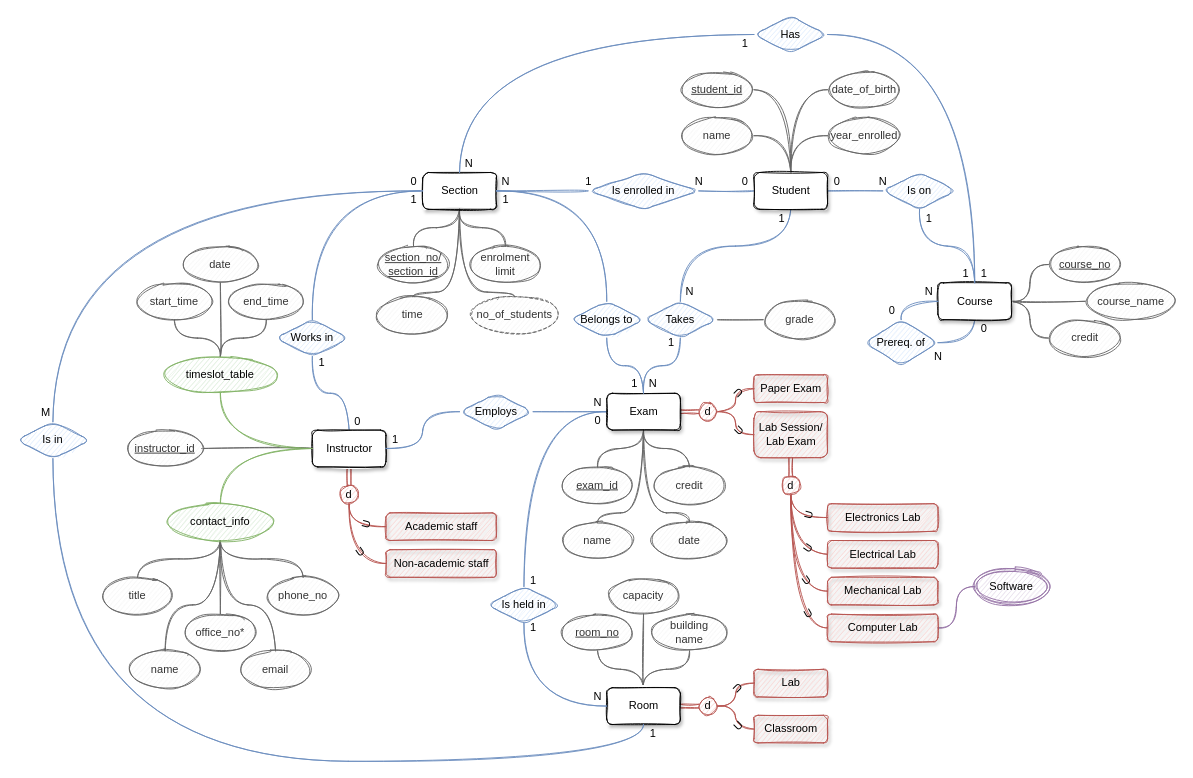
Above: page "Problem 1" (1 of 5) of Assignment/Data Management Assignment Drawings.drawio in JordanWelsman/BU_DataManagement (draw.io), before the change. Source tidied: cells renumbered, new cells numbered last; positions are measured from the earlier drawing's top-left corner, leaving out a move shared by most shapes. Both pictures are drawn from the tidied source at 92%, with x=0, y=0 at pixel (16, 16).
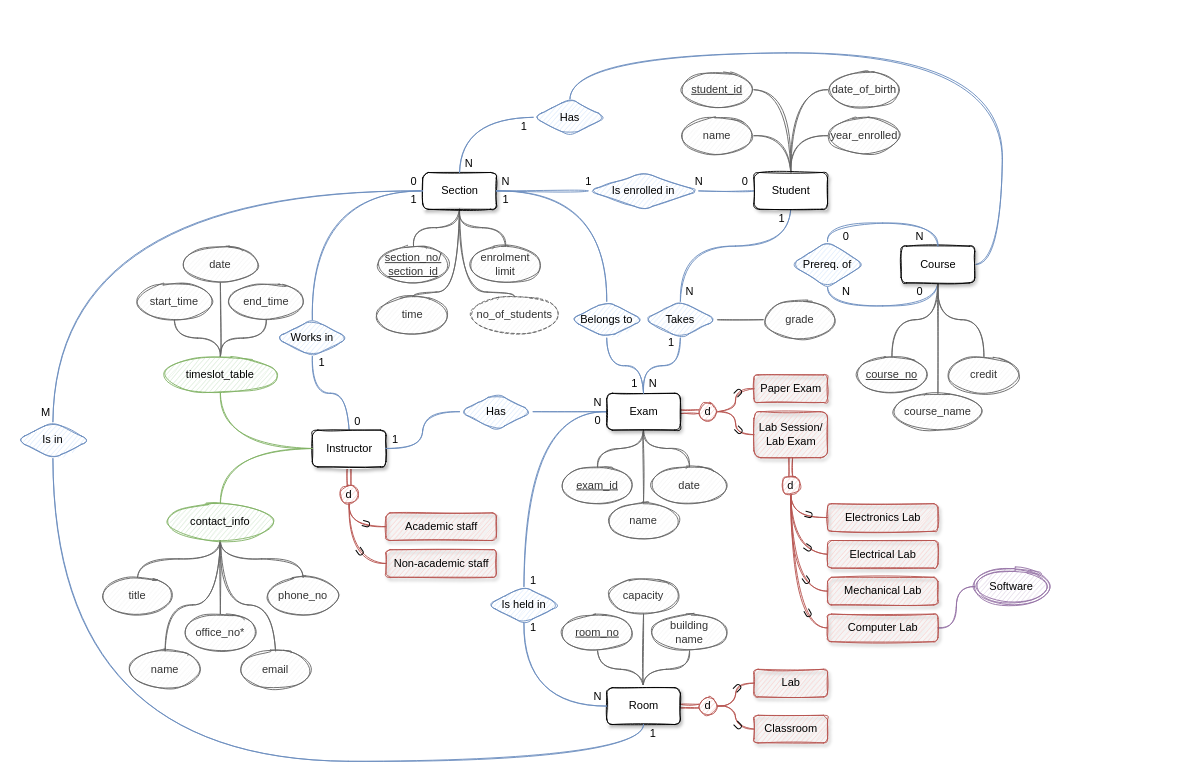
Above is the later version.

Unchanged cells that the change refers to:
```xml
<mxCell id="6" value="&lt;div&gt;Instructor&lt;/div&gt;" style="html=1;glass=0;shadow=1;rounded=1;sketch=1;" parent="1" vertex="1">
  <mxGeometry x="322" y="450" width="80" height="40" as="geometry" />
</mxCell>
<mxCell id="21" value="Exam" style="html=1;glass=0;shadow=1;rounded=1;sketch=1;" parent="1" vertex="1">
  <mxGeometry x="642" y="410" width="80" height="40" as="geometry" />
</mxCell>
<mxCell id="34" value="Student" style="html=1;glass=0;shadow=1;rounded=1;sketch=1;" parent="1" vertex="1">
  <mxGeometry x="802" y="170" width="80" height="40" as="geometry" />
</mxCell>
```

The edit, as a diff of the source:
```diff
@@
-    <mxCell id="5" style="edgeStyle=orthogonalEdgeStyle;rounded=1;jettySize=auto;html=1;entryX=1;entryY=0.5;entryDx=0;entryDy=0;endArrow=none;endFill=0;elbow=vertical;fillColor=#f5f5f5;strokeColor=#666666;curved=1;sketch=1;" parent="1" edge="1" source="6" target="141">
-      <mxGeometry relative="1" as="geometry" />
-    </mxCell>
@@
-    <mxCell id="17" style="edgeStyle=orthogonalEdgeStyle;rounded=1;jettySize=auto;html=1;entryX=0.5;entryY=0;entryDx=0;entryDy=0;endArrow=none;endFill=0;fillColor=#f5f5f5;strokeColor=#666666;curved=1;sketch=1;" parent="1" edge="1" source="21" target="83">
-      <mxGeometry relative="1" as="geometry" />
-    </mxCell>
     <mxCell id="18" style="edgeStyle=orthogonalEdgeStyle;rounded=1;jettySize=auto;html=1;entryX=0.5;entryY=0;entryDx=0;entryDy=0;endArrow=none;endFill=0;fillColor=#f5f5f5;strokeColor=#666666;curved=1;sketch=1;" parent="1" edge="1" source="21" target="82">
-      <mxGeometry relative="1" as="geometry">
-        <Array as="points">
-          <mxPoint x="682" y="540" />
-          <mxPoint x="632" y="540" />
-        </Array>
-      </mxGeometry>
+      <mxGeometry relative="1" as="geometry" />
     </mxCell>
-    <mxCell id="19" style="edgeStyle=orthogonalEdgeStyle;rounded=1;jettySize=auto;html=1;entryX=0.5;entryY=0;entryDx=0;entryDy=0;endArrow=none;endFill=0;elbow=vertical;fillColor=#f5f5f5;strokeColor=#666666;curved=1;sketch=1;" parent="1" edge="1" source="21" target="111">
+    <mxCell id="19" style="edgeStyle=orthogonalEdgeStyle;rounded=1;jettySize=auto;html=1;entryX=0.5;entryY=0;entryDx=0;entryDy=0;endArrow=none;endFill=0;elbow=vertical;fillColor=#f5f5f5;strokeColor=#666666;curved=1;sketch=1;" parent="1" edge="1" source="21">
       <mxGeometry relative="1" as="geometry">
+        <mxPoint x="732" y="490" as="targetPoint" />
         <Array as="points">
-          <mxPoint x="682" y="540" />
-          <mxPoint x="732" y="540" />
+          <mxPoint x="682" y="470" />
+          <mxPoint x="732" y="470" />
+          <mxPoint x="732" y="490" />
         </Array>
       </mxGeometry>
     </mxCell>
@@
-    <mxCell id="29" style="edgeStyle=orthogonalEdgeStyle;jettySize=auto;html=1;entryX=0;entryY=0.5;entryDx=0;entryDy=0;endArrow=none;endFill=0;fillColor=#dae8fc;strokeColor=#6c8ebf;exitX=1;exitY=0.5;exitDx=0;exitDy=0;curved=1;sketch=1;" parent="1" edge="1" source="34" target="58">
-      <mxGeometry relative="1" as="geometry" />
-    </mxCell>
@@
-    <mxCell id="38" style="edgeStyle=orthogonalEdgeStyle;jettySize=auto;html=1;entryX=1;entryY=0.5;entryDx=0;entryDy=0;exitX=0.5;exitY=1;exitDx=0;exitDy=0;endArrow=none;endFill=0;fillColor=#dae8fc;strokeColor=#6c8ebf;curved=1;sketch=1;" parent="1" edge="1" source="43" target="45">
+    <mxCell id="38" style="edgeStyle=orthogonalEdgeStyle;jettySize=auto;html=1;entryX=0.5;entryY=1;entryDx=0;entryDy=0;exitX=0.5;exitY=1;exitDx=0;exitDy=0;endArrow=none;endFill=0;fillColor=#dae8fc;strokeColor=#6c8ebf;curved=1;sketch=1;" parent="1" edge="1" source="43" target="45">
       <mxGeometry relative="1" as="geometry" />
     </mxCell>
-    <mxCell id="39" style="edgeStyle=orthogonalEdgeStyle;rounded=1;jettySize=auto;html=1;entryX=0;entryY=0.5;entryDx=0;entryDy=0;endArrow=none;endFill=0;fillColor=#f5f5f5;strokeColor=#666666;curved=1;sketch=1;" parent="1" edge="1" source="43" target="78">
-      <mxGeometry relative="1" as="geometry" />
+    <mxCell id="39" style="edgeStyle=orthogonalEdgeStyle;rounded=1;jettySize=auto;html=1;entryX=0.5;entryY=0;entryDx=0;entryDy=0;endArrow=none;endFill=0;fillColor=#f5f5f5;strokeColor=#666666;curved=1;sketch=1;" parent="1" edge="1" source="43" target="78">
+      <mxGeometry relative="1" as="geometry">
+        <Array as="points">
+          <mxPoint x="1002" y="330" />
+          <mxPoint x="952" y="330" />
+        </Array>
+      </mxGeometry>
     </mxCell>
-    <mxCell id="40" style="edgeStyle=orthogonalEdgeStyle;rounded=1;jettySize=auto;html=1;entryX=0;entryY=0.5;entryDx=0;entryDy=0;endArrow=none;endFill=0;fillColor=#f5f5f5;strokeColor=#666666;curved=1;sketch=1;" parent="1" edge="1" source="43" target="80">
-      <mxGeometry relative="1" as="geometry" />
+    <mxCell id="40" style="edgeStyle=orthogonalEdgeStyle;rounded=1;jettySize=auto;html=1;endArrow=none;endFill=0;fillColor=#f5f5f5;strokeColor=#666666;curved=1;sketch=1;entryX=0.5;entryY=0;entryDx=0;entryDy=0;" parent="1" edge="1" source="43" target="80">
+      <mxGeometry relative="1" as="geometry">
+        <Array as="points">
+          <mxPoint x="1002" y="330" />
+          <mxPoint x="1052" y="330" />
+        </Array>
+      </mxGeometry>
     </mxCell>
-    <mxCell id="41" style="edgeStyle=orthogonalEdgeStyle;rounded=1;jettySize=auto;html=1;entryX=0;entryY=0.5;entryDx=0;entryDy=0;endArrow=none;endFill=0;fillColor=#f5f5f5;strokeColor=#666666;curved=1;sketch=1;" parent="1" edge="1" source="43" target="79">
+    <mxCell id="41" style="edgeStyle=orthogonalEdgeStyle;rounded=1;jettySize=auto;html=1;entryX=0.5;entryY=0;entryDx=0;entryDy=0;endArrow=none;endFill=0;fillColor=#f5f5f5;strokeColor=#666666;curved=1;sketch=1;" parent="1" edge="1" source="43" target="79">
       <mxGeometry relative="1" as="geometry" />
     </mxCell>
-    <mxCell id="42" style="edgeStyle=orthogonalEdgeStyle;rounded=0;jettySize=auto;html=1;entryX=1;entryY=0.5;entryDx=0;entryDy=0;endArrow=none;endFill=0;exitX=0.5;exitY=0;exitDx=0;exitDy=0;fillColor=#dae8fc;strokeColor=#6c8ebf;curved=1;sketch=1;" parent="1" edge="1" source="43" target="161">
-      <mxGeometry relative="1" as="geometry" />
+    <mxCell id="42" style="edgeStyle=orthogonalEdgeStyle;rounded=0;jettySize=auto;html=1;entryX=0.5;entryY=0;entryDx=0;entryDy=0;endArrow=none;endFill=0;exitX=1;exitY=0.5;exitDx=0;exitDy=0;fillColor=#dae8fc;strokeColor=#6c8ebf;curved=1;sketch=1;" parent="1" edge="1" source="43" target="161">
+      <mxGeometry relative="1" as="geometry">
+        <Array as="points">
+          <mxPoint x="1072" y="270" />
+          <mxPoint x="1072" y="40" />
+          <mxPoint x="602" y="40" />
+        </Array>
+      </mxGeometry>
     </mxCell>
     <mxCell id="43" value="Course" style="html=1;glass=0;shadow=1;rounded=1;sketch=1;" parent="1" vertex="1">
-      <mxGeometry x="1002" y="290" width="80" height="40" as="geometry" />
+      <mxGeometry x="962" y="250" width="80" height="40" as="geometry" />
     </mxCell>
-    <mxCell id="44" style="edgeStyle=orthogonalEdgeStyle;jettySize=auto;html=1;entryX=0;entryY=0.5;entryDx=0;entryDy=0;exitX=0.5;exitY=0;exitDx=0;exitDy=0;endArrow=none;endFill=0;fillColor=#dae8fc;strokeColor=#6c8ebf;curved=1;sketch=1;" parent="1" edge="1" source="45" target="43">
+    <mxCell id="44" style="edgeStyle=orthogonalEdgeStyle;jettySize=auto;html=1;entryX=0.5;entryY=0;entryDx=0;entryDy=0;exitX=0.5;exitY=0;exitDx=0;exitDy=0;endArrow=none;endFill=0;fillColor=#dae8fc;strokeColor=#6c8ebf;curved=1;sketch=1;" parent="1" edge="1" source="45" target="43">
       <mxGeometry relative="1" as="geometry" />
     </mxCell>
     <mxCell id="45" value="&lt;div&gt;Prereq. of&lt;/div&gt;" style="shape=rhombus;perimeter=rhombusPerimeter;whiteSpace=wrap;html=1;align=center;shadow=0;glass=0;rounded=1;fillColor=#dae8fc;strokeColor=#6c8ebf;fillStyle=auto;sketch=1;" parent="1" vertex="1">
-      <mxGeometry x="922" y="330" width="80" height="50" as="geometry" />
+      <mxGeometry x="842" y="245" width="80" height="50" as="geometry" />
     </mxCell>
@@
-    <mxCell id="49" value="Employs" style="shape=rhombus;perimeter=rhombusPerimeter;whiteSpace=wrap;html=1;align=center;shadow=0;glass=0;rounded=1;fillColor=#dae8fc;strokeColor=#6c8ebf;sketch=1;" parent="1" vertex="1">
+    <mxCell id="49" value="Has" style="shape=rhombus;perimeter=rhombusPerimeter;whiteSpace=wrap;html=1;align=center;shadow=0;glass=0;rounded=1;fillColor=#dae8fc;strokeColor=#6c8ebf;sketch=1;" parent="1" vertex="1">
       <mxGeometry x="482" y="410" width="80" height="40" as="geometry" />
     </mxCell>
@@
-    <mxCell id="57" style="edgeStyle=orthogonalEdgeStyle;jettySize=auto;html=1;entryX=0.5;entryY=0;entryDx=0;entryDy=0;endArrow=none;endFill=0;fillColor=#dae8fc;strokeColor=#6c8ebf;exitX=0.5;exitY=1;exitDx=0;exitDy=0;curved=1;sketch=1;" parent="1" edge="1" source="58" target="43">
-      <mxGeometry relative="1" as="geometry" />
-    </mxCell>
-    <mxCell id="58" value="Is on" style="shape=rhombus;perimeter=rhombusPerimeter;whiteSpace=wrap;html=1;align=center;shadow=0;glass=0;rounded=1;fillColor=#dae8fc;strokeColor=#6c8ebf;sketch=1;" parent="1" vertex="1">
-      <mxGeometry x="942" y="170" width="80" height="40" as="geometry" />
-    </mxCell>
@@
     <mxCell id="78" value="&lt;u&gt;course_no&lt;/u&gt;" style="ellipse;whiteSpace=wrap;html=1;align=center;rounded=1;shadow=0;glass=0;fillColor=#f5f5f5;fontColor=#333333;strokeColor=#666666;sketch=1;" parent="1" vertex="1">
-      <mxGeometry x="1122" y="250" width="80" height="40" as="geometry" />
+      <mxGeometry x="912" y="370" width="80" height="40" as="geometry" />
     </mxCell>
     <mxCell id="79" value="course_name" style="ellipse;whiteSpace=wrap;html=1;align=center;rounded=1;shadow=0;glass=0;fillColor=#f5f5f5;fontColor=#333333;strokeColor=#666666;sketch=1;" parent="1" vertex="1">
-      <mxGeometry x="1162" y="290" width="100" height="40" as="geometry" />
+      <mxGeometry x="952" y="410" width="100" height="40" as="geometry" />
     </mxCell>
     <mxCell id="80" value="credit" style="ellipse;whiteSpace=wrap;html=1;align=center;rounded=1;shadow=0;glass=0;fillColor=#f5f5f5;fontColor=#333333;strokeColor=#666666;sketch=1;" parent="1" vertex="1">
-      <mxGeometry x="1122" y="330" width="80" height="40" as="geometry" />
+      <mxGeometry x="1012" y="370" width="80" height="40" as="geometry" />
     </mxCell>
@@
     <mxCell id="82" value="name" style="ellipse;whiteSpace=wrap;html=1;align=center;rounded=1;shadow=0;glass=0;fillColor=#f5f5f5;fontColor=#333333;strokeColor=#666666;sketch=1;" parent="1" vertex="1">
-      <mxGeometry x="592" y="550" width="80" height="40" as="geometry" />
+      <mxGeometry x="642" y="529" width="80" height="40" as="geometry" />
     </mxCell>
-    <mxCell id="83" value="credit" style="ellipse;whiteSpace=wrap;html=1;align=center;rounded=1;shadow=0;glass=0;fillColor=#f5f5f5;fontColor=#333333;strokeColor=#666666;sketch=1;" parent="1" vertex="1">
-      <mxGeometry x="692" y="490" width="80" height="40" as="geometry" />
-    </mxCell>
@@
-    <mxCell id="111" value="date" style="ellipse;whiteSpace=wrap;html=1;align=center;rounded=1;shadow=0;glass=0;fillColor=#f5f5f5;fontColor=#333333;strokeColor=#666666;sketch=1;" parent="1" vertex="1">
-      <mxGeometry x="692" y="550" width="80" height="40" as="geometry" />
-    </mxCell>
@@
-    <mxCell id="137" value="N" style="text;html=1;align=center;verticalAlign=middle;strokeColor=none;fillColor=none;sketch=1;" parent="1" vertex="1">
-      <mxGeometry x="932" y="170" width="20" height="20" as="geometry" />
-    </mxCell>
-    <mxCell id="138" value="1" style="text;html=1;align=center;verticalAlign=middle;strokeColor=none;fillColor=none;sketch=1;" parent="1" vertex="1">
-      <mxGeometry x="1022" y="270" width="20" height="20" as="geometry" />
-    </mxCell>
     <mxCell id="139" value="0" style="text;html=1;align=center;verticalAlign=middle;strokeColor=none;fillColor=none;sketch=1;" parent="1" vertex="1">
-      <mxGeometry x="1042" y="330" width="20" height="20" as="geometry" />
+      <mxGeometry x="972" y="290" width="20" height="20" as="geometry" />
     </mxCell>
     <mxCell id="140" value="N" style="text;html=1;align=center;verticalAlign=middle;strokeColor=none;fillColor=none;sketch=1;" parent="1" vertex="1">
-      <mxGeometry x="982" y="290" width="20" height="20" as="geometry" />
+      <mxGeometry x="972" y="230" width="20" height="20" as="geometry" />
     </mxCell>
-    <mxCell id="141" value="&lt;u&gt;instructor_id&lt;/u&gt;" style="ellipse;whiteSpace=wrap;html=1;align=center;rounded=1;shadow=0;glass=0;fillColor=#f5f5f5;fontColor=#333333;strokeColor=#666666;sketch=1;" parent="1" vertex="1">
-      <mxGeometry x="122" y="450" width="80" height="40" as="geometry" />
-    </mxCell>
@@
     <mxCell id="154" value="N" style="text;html=1;align=center;verticalAlign=middle;strokeColor=none;fillColor=none;sketch=1;" parent="1" vertex="1">
-      <mxGeometry x="992" y="360" width="20" height="20" as="geometry" />
+      <mxGeometry x="892" y="290" width="20" height="20" as="geometry" />
     </mxCell>
     <mxCell id="155" value="0" style="text;html=1;align=center;verticalAlign=middle;strokeColor=none;fillColor=none;sketch=1;" parent="1" vertex="1">
-      <mxGeometry x="942" y="310" width="20" height="20" as="geometry" />
+      <mxGeometry x="892" y="230" width="20" height="20" as="geometry" />
     </mxCell>
@@
-    <mxCell id="158" value="0" style="text;html=1;align=center;verticalAlign=middle;strokeColor=none;fillColor=none;sketch=1;" parent="1" vertex="1">
-      <mxGeometry x="882" y="170" width="20" height="20" as="geometry" />
-    </mxCell>
-    <mxCell id="159" value="1" style="text;html=1;align=center;verticalAlign=middle;strokeColor=none;fillColor=none;sketch=1;" parent="1" vertex="1">
-      <mxGeometry x="982" y="210" width="20" height="20" as="geometry" />
-    </mxCell>
@@
     <mxCell id="161" value="Has" style="shape=rhombus;perimeter=rhombusPerimeter;whiteSpace=wrap;html=1;align=center;shadow=0;glass=0;rounded=1;fillColor=#dae8fc;strokeColor=#6c8ebf;sketch=1;" parent="1" vertex="1">
-      <mxGeometry x="802" width="80" height="40" as="geometry" />
+      <mxGeometry x="562" y="90" width="80" height="40" as="geometry" />
     </mxCell>
     <mxCell id="162" value="1" style="text;html=1;align=center;verticalAlign=middle;strokeColor=none;fillColor=none;sketch=1;" parent="1" vertex="1">
-      <mxGeometry x="782" y="20" width="20" height="20" as="geometry" />
+      <mxGeometry x="542" y="110" width="20" height="20" as="geometry" />
     </mxCell>
-    <mxCell id="163" value="1" style="text;html=1;align=center;verticalAlign=middle;strokeColor=none;fillColor=none;sketch=1;" parent="1" vertex="1">
-      <mxGeometry x="1042" y="270" width="20" height="20" as="geometry" />
-    </mxCell>
@@
+    <mxCell id="111" value="date" style="ellipse;whiteSpace=wrap;html=1;align=center;rounded=1;shadow=0;glass=0;fillColor=#f5f5f5;fontColor=#333333;strokeColor=#666666;sketch=1;" parent="1" vertex="1">
+      <mxGeometry x="692" y="490" width="80" height="40" as="geometry" />
+    </mxCell>
```
